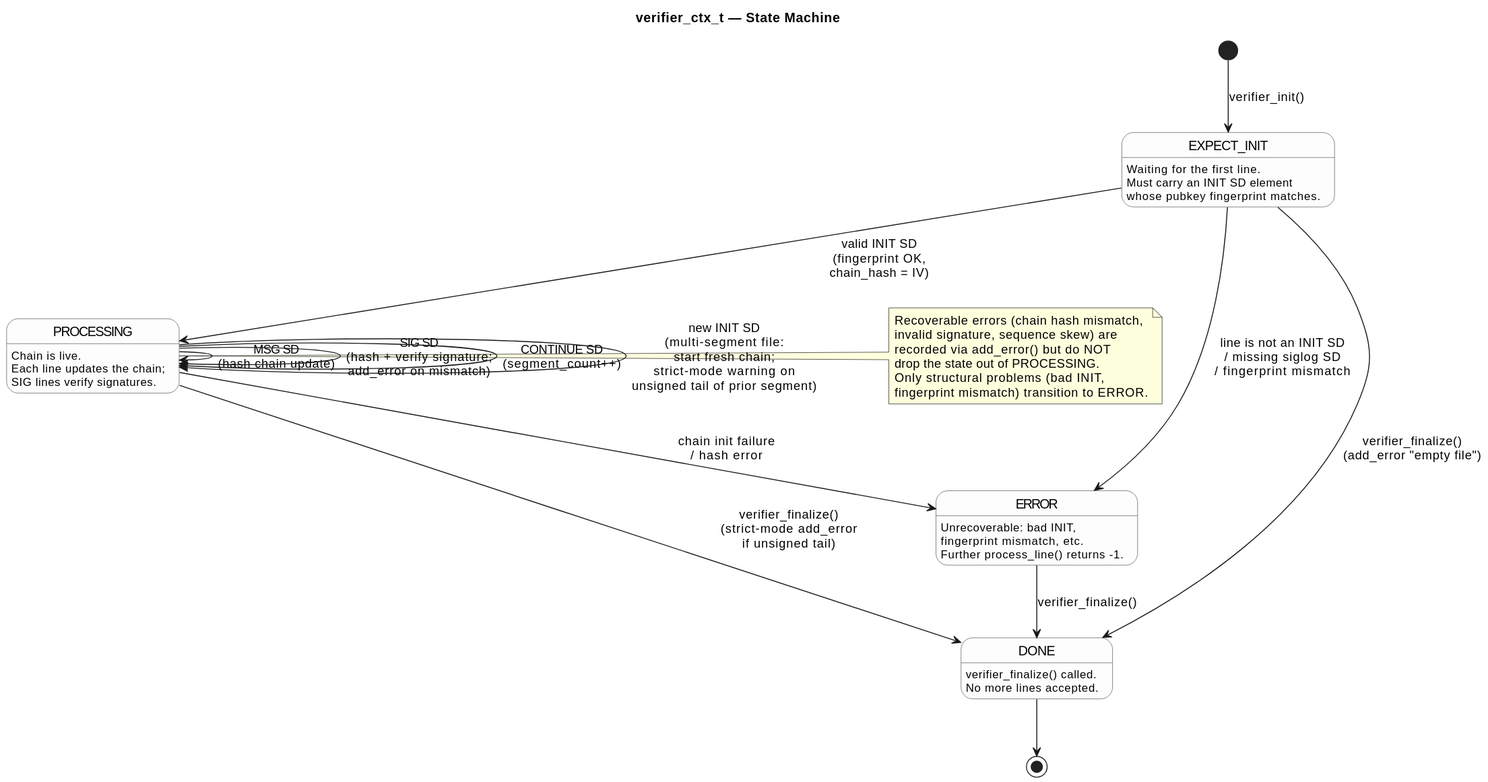
hildstrom/mmhashchainsigs keeps this PlantUML diagram as docs/diagrams/verifier-state-machine.svg. Above is the earlier version. Its diagram source:
```plantuml
@startuml
title verifier_ctx_t — State Machine

skinparam shadowing false
skinparam state {
    BackgroundColor #fdfdfd
    BorderColor #555555
}

[*] --> EXPECT_INIT : verifier_init()

state EXPECT_INIT : Waiting for the first line.\nMust carry an INIT SD element\nwhose pubkey fingerprint matches.
state PROCESSING : Chain is live.\nEach line updates the chain;\nSIG lines verify signatures.
state ERROR : Unrecoverable: bad INIT,\nfingerprint mismatch, etc.\nFurther process_line() returns -1.
state DONE : verifier_finalize() called.\nNo more lines accepted.

EXPECT_INIT --> PROCESSING : valid INIT SD\n(fingerprint OK,\nchain_hash = IV)

EXPECT_INIT --> ERROR : line is not an INIT SD\n/ missing siglog SD\n/ fingerprint mismatch

PROCESSING --> PROCESSING : MSG SD\n(hash chain update)
PROCESSING --> PROCESSING : SIG SD\n(hash + verify signature;\nadd_error on mismatch)
PROCESSING --> PROCESSING : CONTINUE SD\n(segment_count++)
PROCESSING --> PROCESSING : new INIT SD\n(multi-segment file:\nstart fresh chain;\nstrict-mode warning on\nunsigned tail of prior segment)

PROCESSING --> ERROR : chain init failure\n/ hash error

EXPECT_INIT --> DONE : verifier_finalize()\n(add_error "empty file")
PROCESSING --> DONE : verifier_finalize()\n(strict-mode add_error\nif unsigned tail)

ERROR --> DONE : verifier_finalize()

note right of PROCESSING
  Recoverable errors (chain hash mismatch,
  invalid signature, sequence skew) are
  recorded via add_error() but do NOT
  drop the state out of PROCESSING.
  Only structural problems (bad INIT,
  fingerprint mismatch) transition to ERROR.
end note

DONE --> [*]
@enduml
```
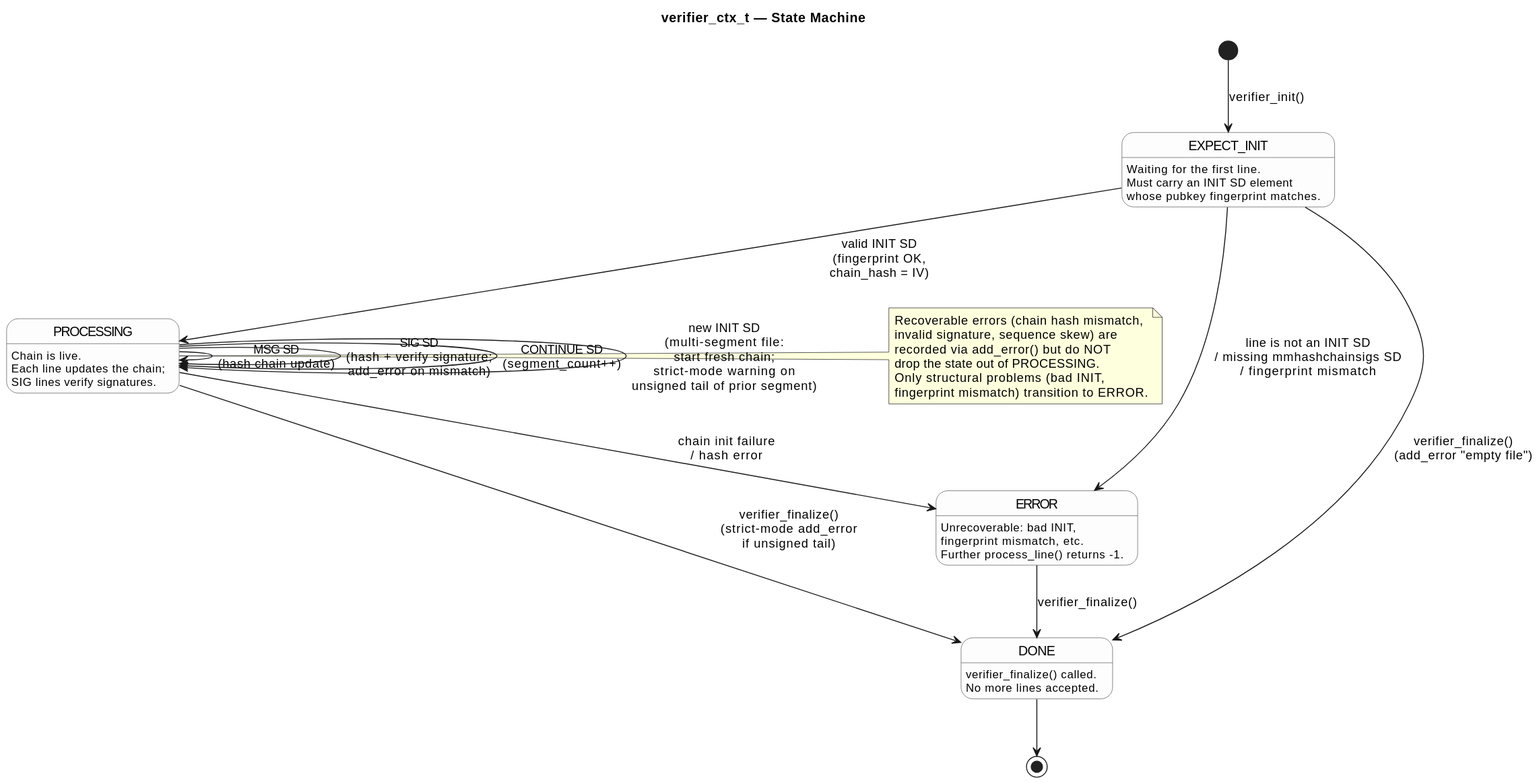
The same diagram one commit later.

Commit message:
update some references from previous siglog naming to mmhashchainsigs

Change to the diagram source:
```diff
@@ -16,7 +16,7 @@
 
 EXPECT_INIT --> PROCESSING : valid INIT SD\n(fingerprint OK,\nchain_hash = IV)
 
-EXPECT_INIT --> ERROR : line is not an INIT SD\n/ missing siglog SD\n/ fingerprint mismatch
+EXPECT_INIT --> ERROR : line is not an INIT SD\n/ missing mmhashchainsigs SD\n/ fingerprint mismatch
 
 PROCESSING --> PROCESSING : MSG SD\n(hash chain update)
 PROCESSING --> PROCESSING : SIG SD\n(hash + verify signature;\nadd_error on mismatch)
```
